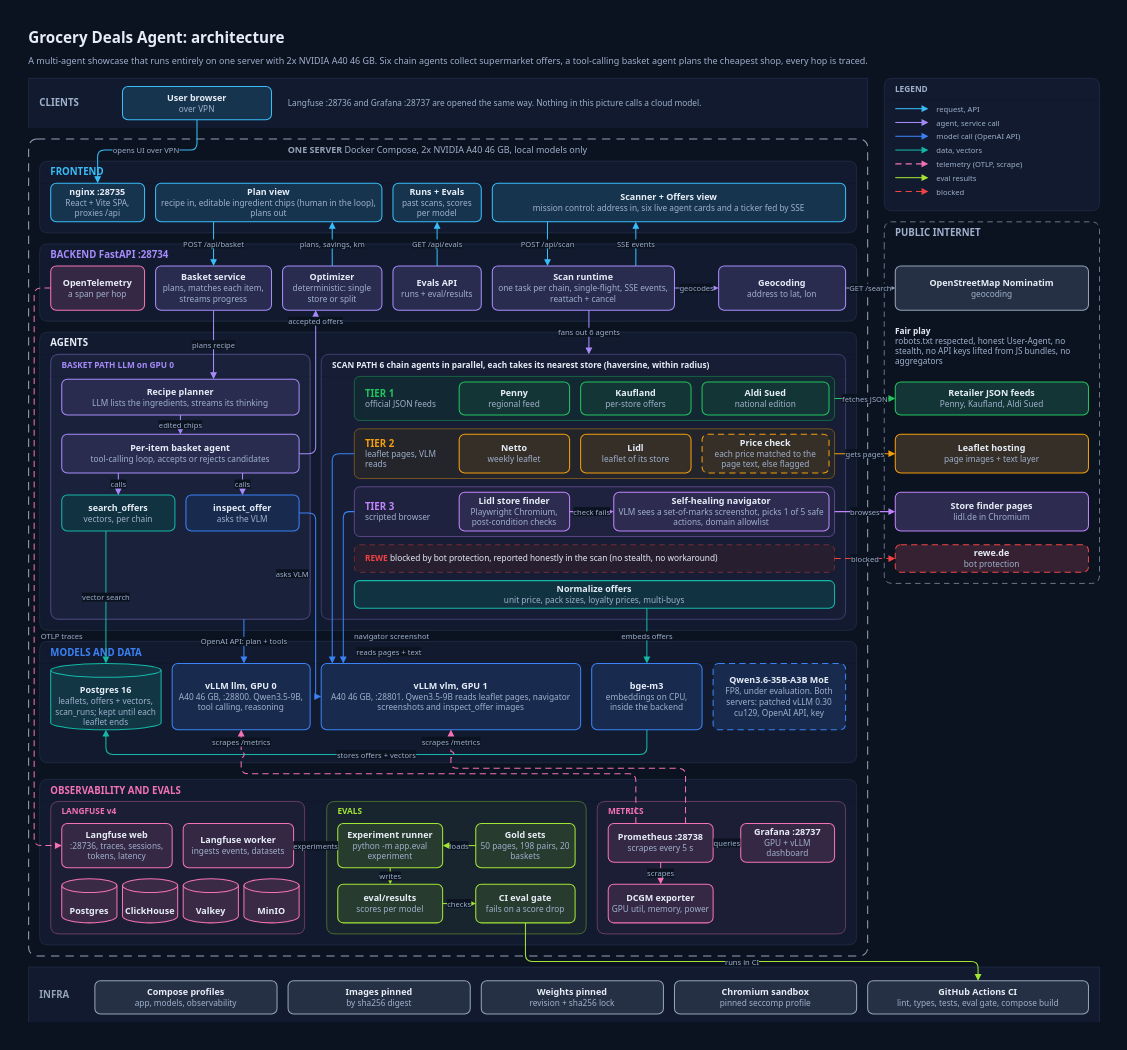
Before: docs/architecture/architecture.drawio in Parikshit00/grocery-deals-agent, a draw.io diagram. Source tidied: cells renumbered, new cells numbered last; positions are measured from the earlier drawing's top-left corner, leaving out a move shared by most shapes. Both pictures are drawn from the tidied source at 69%, with x=0, y=0 at pixel (12, 12).
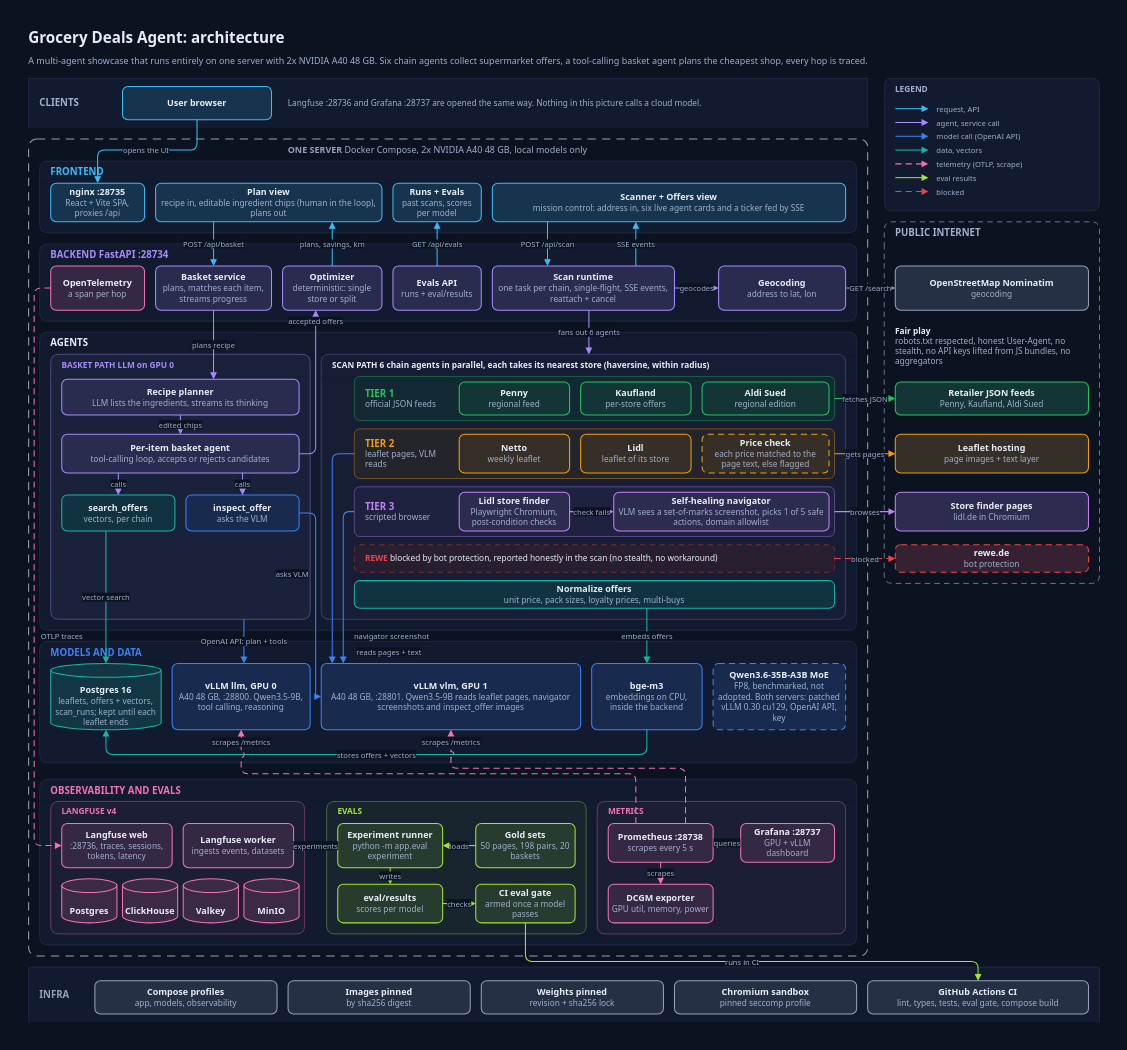
After the change.

Unchanged cells that the change refers to:
```xml
<mxCell id="11" value="&lt;b style=&quot;color:#E6EDF7;font-size:13px&quot;&gt;nginx :28735&lt;/b&gt;&lt;br&gt;&lt;span style=&quot;color:#9FB0CC;font-size:12px&quot;&gt;React + Vite SPA, proxies /api&lt;/span&gt;" style="rounded=1;absoluteArcSize=1;arcSize=16;whiteSpace=wrap;html=1;fillColor=#17344E;strokeColor=#38BDF8;strokeWidth=1.5;fontFamily=system-ui,-apple-system,Segoe UI,Roboto,Helvetica Neue,Arial,sans-serif;fontSize=13;fontColor=#E6EDF7;spacing=6;verticalAlign=middle;" parent="10" vertex="1">
  <mxGeometry x="16" y="32" width="136" height="56" as="geometry" />
</mxCell>
<mxCell id="29" style="rounded=1;absoluteArcSize=1;arcSize=16;html=1;fillColor=#122832;strokeColor=#1B814B;strokeWidth=1;" parent="28" vertex="1">
  <mxGeometry x="48" y="32" width="696" height="64" as="geometry" />
</mxCell>
<mxCell id="46" value="MODELS AND DATA" style="swimlane;startSize=32;rounded=1;absoluteArcSize=1;arcSize=24;html=1;fillColor=#111A2E;swimlaneFillColor=#111A2E;strokeColor=#24324D;strokeWidth=1;fontFamily=system-ui,-apple-system,Segoe UI,Roboto,Helvetica Neue,Arial,sans-serif;fontSize=14;fontStyle=1;fontColor=#3B82F6;align=left;spacingLeft=14;swimlaneLine=0;verticalAlign=middle;" parent="1" vertex="1">
  <mxGeometry x="40" y="912" width="1184" height="176" as="geometry" />
</mxCell>
<mxCell id="60" value="EVALS" style="swimlane;startSize=28;rounded=1;absoluteArcSize=1;arcSize=24;html=1;fillColor=#18242E;swimlaneFillColor=#18242E;strokeColor=#618A32;strokeWidth=1;fontFamily=system-ui,-apple-system,Segoe UI,Roboto,Helvetica Neue,Arial,sans-serif;fontSize=12;fontStyle=1;fontColor=#A3E635;align=left;spacingLeft=14;swimlaneLine=0;verticalAlign=middle;" parent="52" vertex="1">
  <mxGeometry x="416" y="32" width="376" height="192" as="geometry" />
</mxCell>
```

The edit, as a diff of the source:
```diff
@@
-    <mxCell id="4" value="A multi-agent showcase that runs entirely on one server with 2x NVIDIA A40 46 GB. Six chain agents collect supermarket offers, a tool-calling basket agent plans the cheapest shop, every hop is traced." style="text;html=1;whiteSpace=wrap;fontFamily=system-ui,-apple-system,Segoe UI,Roboto,Helvetica Neue,Arial,sans-serif;fontSize=13;fontColor=#9FB0CC;align=left;verticalAlign=middle;spacing=0;fontStyle=0;" parent="1" vertex="1">
+    <mxCell id="4" value="A multi-agent showcase that runs entirely on one server with 2x NVIDIA A40 48 GB. Six chain agents collect supermarket offers, a tool-calling basket agent plans the cheapest shop, every hop is traced." style="text;html=1;whiteSpace=wrap;fontFamily=system-ui,-apple-system,Segoe UI,Roboto,Helvetica Neue,Arial,sans-serif;fontSize=13;fontColor=#9FB0CC;align=left;verticalAlign=middle;spacing=0;fontStyle=0;" parent="1" vertex="1">
       <mxGeometry x="24" y="54" width="1216" height="34" as="geometry" />
     </mxCell>
@@
-    <mxCell id="6" value="&lt;b style=&quot;color:#E6EDF7;font-size:13px&quot;&gt;User browser&lt;/b&gt;&lt;br&gt;&lt;span style=&quot;color:#9FB0CC;font-size:12px&quot;&gt;over VPN&lt;/span&gt;" style="rounded=1;absoluteArcSize=1;arcSize=16;whiteSpace=wrap;html=1;fillColor=#17344E;strokeColor=#38BDF8;strokeWidth=1.5;fontFamily=system-ui,-apple-system,Segoe UI,Roboto,Helvetica Neue,Arial,sans-serif;fontSize=13;fontColor=#E6EDF7;spacing=6;verticalAlign=middle;" parent="1" vertex="1">
+    <mxCell id="6" value="&lt;b style=&quot;color:#E6EDF7;font-size:13px&quot;&gt;User browser&lt;/b&gt;" style="rounded=1;absoluteArcSize=1;arcSize=16;whiteSpace=wrap;html=1;fillColor=#17344E;strokeColor=#38BDF8;strokeWidth=1.5;fontFamily=system-ui,-apple-system,Segoe UI,Roboto,Helvetica Neue,Arial,sans-serif;fontSize=13;fontColor=#E6EDF7;spacing=6;verticalAlign=middle;" parent="1" vertex="1">
       <mxGeometry x="160" y="108" width="216" height="48" as="geometry" />
     </mxCell>
@@
-    <mxCell id="9" value="&lt;b style=&quot;color:#94A3B8&quot;&gt;ONE SERVER&lt;/b&gt;&lt;span style=&quot;color:#9FB0CC&quot;&gt;  Docker Compose, 2x NVIDIA A40 46 GB, local models only&lt;/span&gt;" style="text;html=1;whiteSpace=wrap;fontFamily=system-ui,-apple-system,Segoe UI,Roboto,Helvetica Neue,Arial,sans-serif;fontSize=13;fontColor=#E6EDF7;align=left;verticalAlign=middle;spacing=0;fontStyle=0;" parent="1" vertex="1">
+    <mxCell id="9" value="&lt;b style=&quot;color:#94A3B8&quot;&gt;ONE SERVER&lt;/b&gt;&lt;span style=&quot;color:#9FB0CC&quot;&gt;  Docker Compose, 2x NVIDIA A40 48 GB, local models only&lt;/span&gt;" style="text;html=1;whiteSpace=wrap;fontFamily=system-ui,-apple-system,Segoe UI,Roboto,Helvetica Neue,Arial,sans-serif;fontSize=13;fontColor=#E6EDF7;align=left;verticalAlign=middle;spacing=0;fontStyle=0;" parent="1" vertex="1">
       <mxGeometry x="400" y="190" width="820" height="20" as="geometry" />
     </mxCell>
@@
-    <mxCell id="37" value="&lt;b style=&quot;color:#E6EDF7;font-size:13px&quot;&gt;Aldi Sued&lt;/b&gt;&lt;br&gt;&lt;span style=&quot;color:#9FB0CC;font-size:12px&quot;&gt;national edition&lt;/span&gt;" style="rounded=1;absoluteArcSize=1;arcSize=16;whiteSpace=wrap;html=1;fillColor=#143536;strokeColor=#22C55E;strokeWidth=1.5;fontFamily=system-ui,-apple-system,Segoe UI,Roboto,Helvetica Neue,Arial,sans-serif;fontSize=13;fontColor=#E6EDF7;spacing=6;verticalAlign=middle;" parent="29" vertex="1">
+    <mxCell id="37" value="&lt;b style=&quot;color:#E6EDF7;font-size:13px&quot;&gt;Aldi Sued&lt;/b&gt;&lt;br&gt;&lt;span style=&quot;color:#9FB0CC;font-size:12px&quot;&gt;regional edition&lt;/span&gt;" style="rounded=1;absoluteArcSize=1;arcSize=16;whiteSpace=wrap;html=1;fillColor=#143536;strokeColor=#22C55E;strokeWidth=1.5;fontFamily=system-ui,-apple-system,Segoe UI,Roboto,Helvetica Neue,Arial,sans-serif;fontSize=13;fontColor=#E6EDF7;spacing=6;verticalAlign=middle;" parent="29" vertex="1">
       <mxGeometry x="504" y="8" width="184" height="48" as="geometry" />
     </mxCell>
@@
-    <mxCell id="48" value="&lt;b style=&quot;color:#E6EDF7;font-size:13px&quot;&gt;vLLM llm, GPU 0&lt;/b&gt;&lt;br&gt;&lt;span style=&quot;color:#9FB0CC;font-size:12px&quot;&gt;A40 46 GB, :28800. Qwen3.5-9B, tool calling, reasoning&lt;/span&gt;" style="rounded=1;absoluteArcSize=1;arcSize=16;whiteSpace=wrap;html=1;fillColor=#182B4E;strokeColor=#3B82F6;strokeWidth=1.5;fontFamily=system-ui,-apple-system,Segoe UI,Roboto,Helvetica Neue,Arial,sans-serif;fontSize=13;fontColor=#E6EDF7;spacing=6;verticalAlign=middle;" parent="46" vertex="1">
+    <mxCell id="48" value="&lt;b style=&quot;color:#E6EDF7;font-size:13px&quot;&gt;vLLM llm, GPU 0&lt;/b&gt;&lt;br&gt;&lt;span style=&quot;color:#9FB0CC;font-size:12px&quot;&gt;A40 48 GB, :28800. Qwen3.5-9B, tool calling, reasoning&lt;/span&gt;" style="rounded=1;absoluteArcSize=1;arcSize=16;whiteSpace=wrap;html=1;fillColor=#182B4E;strokeColor=#3B82F6;strokeWidth=1.5;fontFamily=system-ui,-apple-system,Segoe UI,Roboto,Helvetica Neue,Arial,sans-serif;fontSize=13;fontColor=#E6EDF7;spacing=6;verticalAlign=middle;" parent="46" vertex="1">
       <mxGeometry x="192" y="32" width="200" height="96" as="geometry" />
     </mxCell>
-    <mxCell id="49" value="&lt;b style=&quot;color:#E6EDF7;font-size:13px&quot;&gt;vLLM vlm, GPU 1&lt;/b&gt;&lt;br&gt;&lt;span style=&quot;color:#9FB0CC;font-size:12px&quot;&gt;A40 46 GB, :28801. Qwen3.5-9B reads leaflet pages, navigator screenshots and inspect_offer images&lt;/span&gt;" style="rounded=1;absoluteArcSize=1;arcSize=16;whiteSpace=wrap;html=1;fillColor=#182B4E;strokeColor=#3B82F6;strokeWidth=1.5;fontFamily=system-ui,-apple-system,Segoe UI,Roboto,Helvetica Neue,Arial,sans-serif;fontSize=13;fontColor=#E6EDF7;spacing=6;verticalAlign=middle;" parent="46" vertex="1">
+    <mxCell id="49" value="&lt;b style=&quot;color:#E6EDF7;font-size:13px&quot;&gt;vLLM vlm, GPU 1&lt;/b&gt;&lt;br&gt;&lt;span style=&quot;color:#9FB0CC;font-size:12px&quot;&gt;A40 48 GB, :28801. Qwen3.5-9B reads leaflet pages, navigator screenshots and inspect_offer images&lt;/span&gt;" style="rounded=1;absoluteArcSize=1;arcSize=16;whiteSpace=wrap;html=1;fillColor=#182B4E;strokeColor=#3B82F6;strokeWidth=1.5;fontFamily=system-ui,-apple-system,Segoe UI,Roboto,Helvetica Neue,Arial,sans-serif;fontSize=13;fontColor=#E6EDF7;spacing=6;verticalAlign=middle;" parent="46" vertex="1">
       <mxGeometry x="408" y="32" width="376" height="96" as="geometry" />
     </mxCell>
@@
-    <mxCell id="51" value="&lt;b style=&quot;color:#E6EDF7;font-size:13px&quot;&gt;Qwen3.6-35B-A3B MoE&lt;/b&gt;&lt;br&gt;&lt;span style=&quot;color:#9FB0CC;font-size:12px&quot;&gt;FP8, under evaluation. Both servers: patched vLLM 0.30 cu129, OpenAI API, key&lt;/span&gt;" style="rounded=1;absoluteArcSize=1;arcSize=16;whiteSpace=wrap;html=1;fillColor=#182B4E;strokeColor=#3B82F6;strokeWidth=1.5;fontFamily=system-ui,-apple-system,Segoe UI,Roboto,Helvetica Neue,Arial,sans-serif;fontSize=13;fontColor=#E6EDF7;spacing=6;verticalAlign=middle;dashed=1;dashPattern=6 4;" parent="46" vertex="1">
+    <mxCell id="51" value="&lt;b style=&quot;color:#E6EDF7;font-size:13px&quot;&gt;Qwen3.6-35B-A3B MoE&lt;/b&gt;&lt;br&gt;&lt;span style=&quot;color:#9FB0CC;font-size:12px&quot;&gt;FP8, benchmarked, not adopted. Both servers: patched vLLM 0.30 cu129, OpenAI API, key&lt;/span&gt;" style="rounded=1;absoluteArcSize=1;arcSize=16;whiteSpace=wrap;html=1;fillColor=#182B4E;strokeColor=#3B82F6;strokeWidth=1.5;fontFamily=system-ui,-apple-system,Segoe UI,Roboto,Helvetica Neue,Arial,sans-serif;fontSize=13;fontColor=#E6EDF7;spacing=6;verticalAlign=middle;dashed=1;dashPattern=6 4;" parent="46" vertex="1">
       <mxGeometry x="976" y="32" width="192" height="96" as="geometry" />
     </mxCell>
@@
-    <mxCell id="64" value="&lt;b style=&quot;color:#E6EDF7;font-size:13px&quot;&gt;CI eval gate&lt;/b&gt;&lt;br&gt;&lt;span style=&quot;color:#9FB0CC;font-size:12px&quot;&gt;fails on a score drop&lt;/span&gt;" style="rounded=1;absoluteArcSize=1;arcSize=16;whiteSpace=wrap;html=1;fillColor=#283B2F;strokeColor=#A3E635;strokeWidth=1.5;fontFamily=system-ui,-apple-system,Segoe UI,Roboto,Helvetica Neue,Arial,sans-serif;fontSize=13;fontColor=#E6EDF7;spacing=6;verticalAlign=middle;" parent="60" vertex="1">
+    <mxCell id="64" value="&lt;b style=&quot;color:#E6EDF7;font-size:13px&quot;&gt;CI eval gate&lt;/b&gt;&lt;br&gt;&lt;span style=&quot;color:#9FB0CC;font-size:12px&quot;&gt;armed once a model passes&lt;/span&gt;" style="rounded=1;absoluteArcSize=1;arcSize=16;whiteSpace=wrap;html=1;fillColor=#283B2F;strokeColor=#A3E635;strokeWidth=1.5;fontFamily=system-ui,-apple-system,Segoe UI,Roboto,Helvetica Neue,Arial,sans-serif;fontSize=13;fontColor=#E6EDF7;spacing=6;verticalAlign=middle;" parent="60" vertex="1">
       <mxGeometry x="216" y="120" width="144" height="56" as="geometry" />
     </mxCell>
@@
-    <mxCell id="97" value="opens UI over VPN" style="edgeStyle=orthogonalEdgeStyle;rounded=1;html=1;strokeColor=#38BDF8;strokeWidth=1.5;endArrow=block;endFill=1;endSize=6;fontFamily=system-ui,-apple-system,Segoe UI,Roboto,Helvetica Neue,Arial,sans-serif;fontSize=11;fontColor=#9FB0CC;labelBackgroundColor=#0B1220;jumpStyle=arc;jumpSize=8;exitX=0.5;exitY=1.0;exitDx=0;exitDy=0;exitPerimeter=0;entryX=0.5;entryY=0.0;entryDx=0;entryDy=0;entryPerimeter=0;" parent="1" edge="1" source="6" target="11">
+    <mxCell id="97" value="opens the UI" style="edgeStyle=orthogonalEdgeStyle;rounded=1;html=1;strokeColor=#38BDF8;strokeWidth=1.5;endArrow=block;endFill=1;endSize=6;fontFamily=system-ui,-apple-system,Segoe UI,Roboto,Helvetica Neue,Arial,sans-serif;fontSize=11;fontColor=#9FB0CC;labelBackgroundColor=#0B1220;jumpStyle=arc;jumpSize=8;exitX=0.5;exitY=1.0;exitDx=0;exitDy=0;exitPerimeter=0;entryX=0.5;entryY=0.0;entryDx=0;entryDy=0;entryPerimeter=0;" parent="1" edge="1" source="6" target="11">
       <mxGeometry relative="1" as="geometry">
         <Array as="points">
           <mxPoint x="268" y="200" />
           <mxPoint x="124" y="200" />
         </Array>
       </mxGeometry>
     </mxCell>
```
